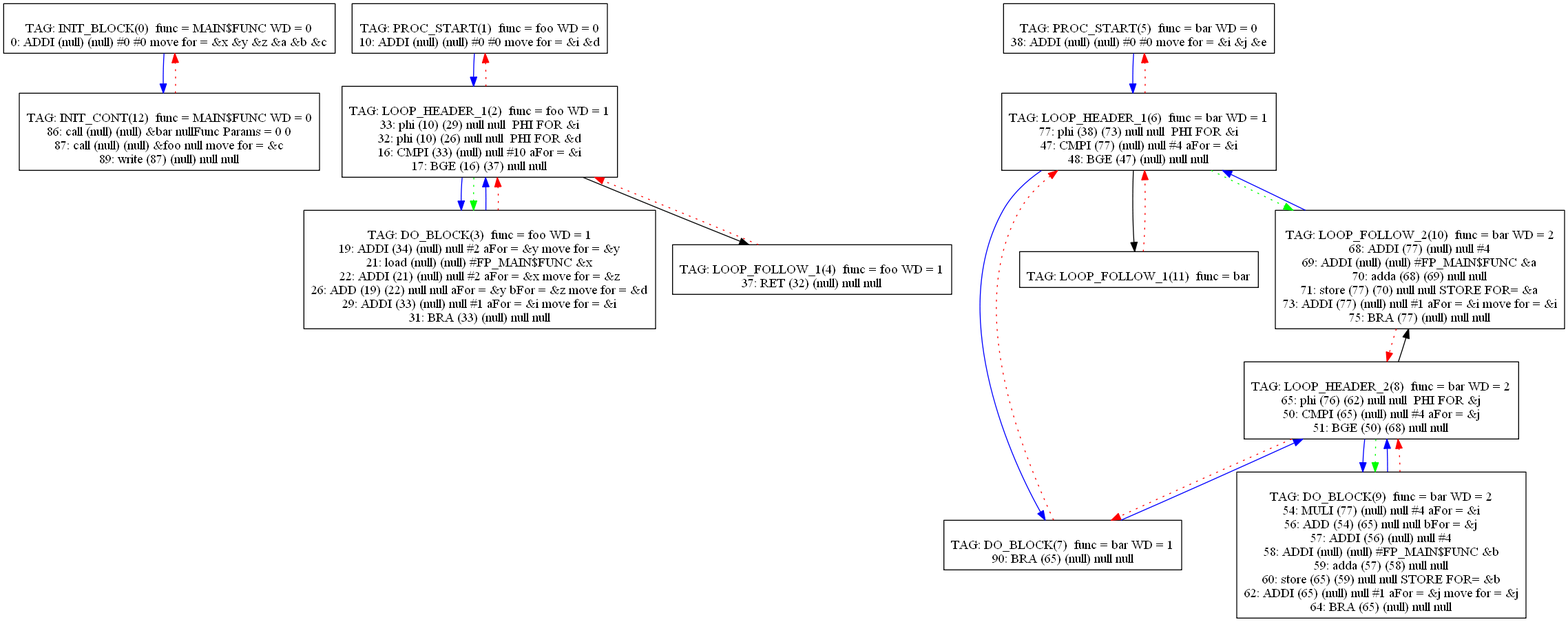
Above: Compiler/2graph.png in mbajaj92/Project-Astoria (Graphviz), before the change. Its source is kept beside it as Compiler/2graph.dot.
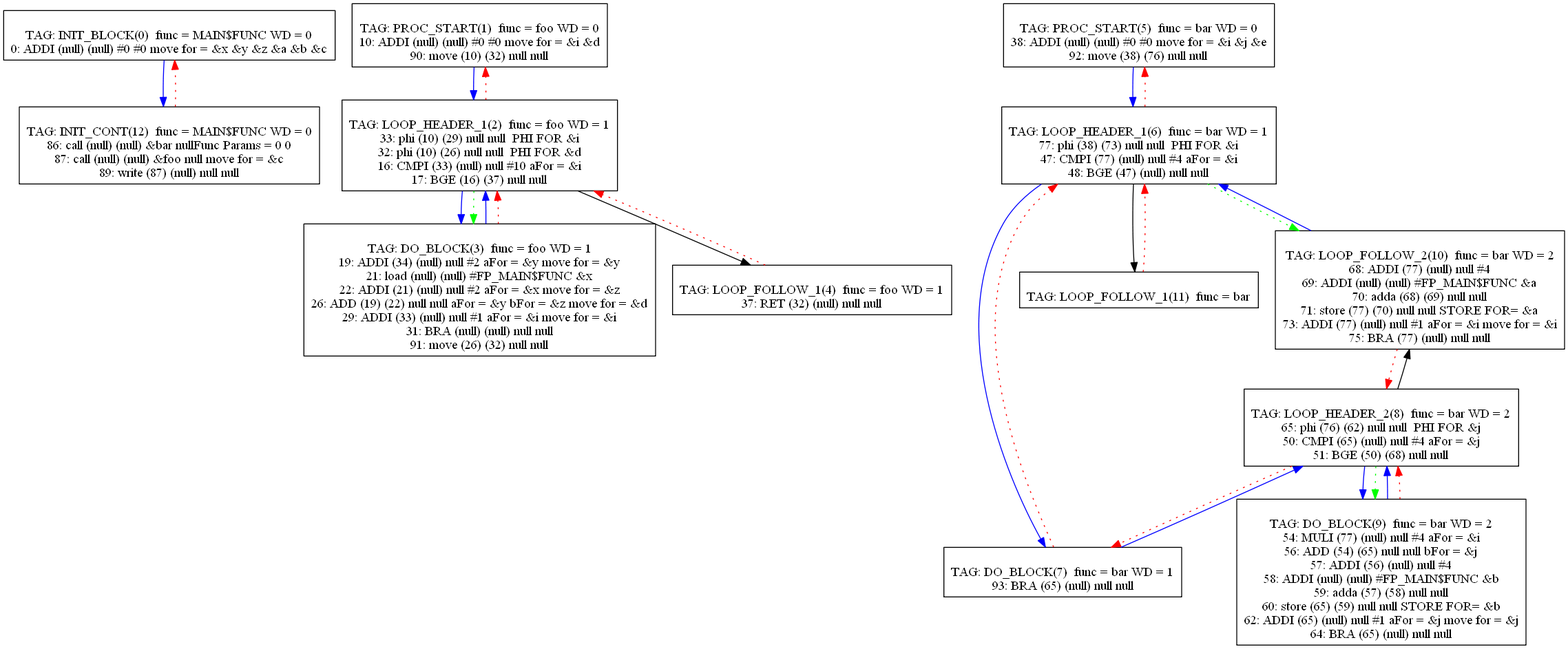
Above is the later version.

What changed in the source:
```diff
@@ -8,6 +8,7 @@
 1[label="
 TAG: PROC_START(1)  func = foo WD = 0
 10: ADDI (null) (null) #0 #0 move for = &i &d
+90: move (10) (32) null null
 "];
 1[shape=box];
 1 -> 2[color=blue]
@@ -30,7 +31,8 @@
 22: ADDI (21) (null) null #2 aFor = &x move for = &z
 26: ADD (19) (22) null null aFor = &y bFor = &z move for = &d
 29: ADDI (33) (null) null #1 aFor = &i move for = &i
-31: BRA (33) (null) null null
+31: BRA (null) (null) null null
+91: move (26) (32) null null
 "];
 3[shape=box];
 3 -> 2[color=blue]
@@ -44,6 +46,7 @@
 5[label="
 TAG: PROC_START(5)  func = bar WD = 0
 38: ADDI (null) (null) #0 #0 move for = &i &j &e
+92: move (38) (76) null null
 "];
 5[shape=box];
 5 -> 6[color=blue]
@@ -60,7 +63,7 @@
 6 -> 10[color=green][style=dotted]
 7[label="
 TAG: DO_BLOCK(7)  func = bar WD = 1
-90: BRA (65) (null) null null
+93: BRA (65) (null) null null
 "];
 7[shape=box];
 7 -> 8[color=blue]
```
